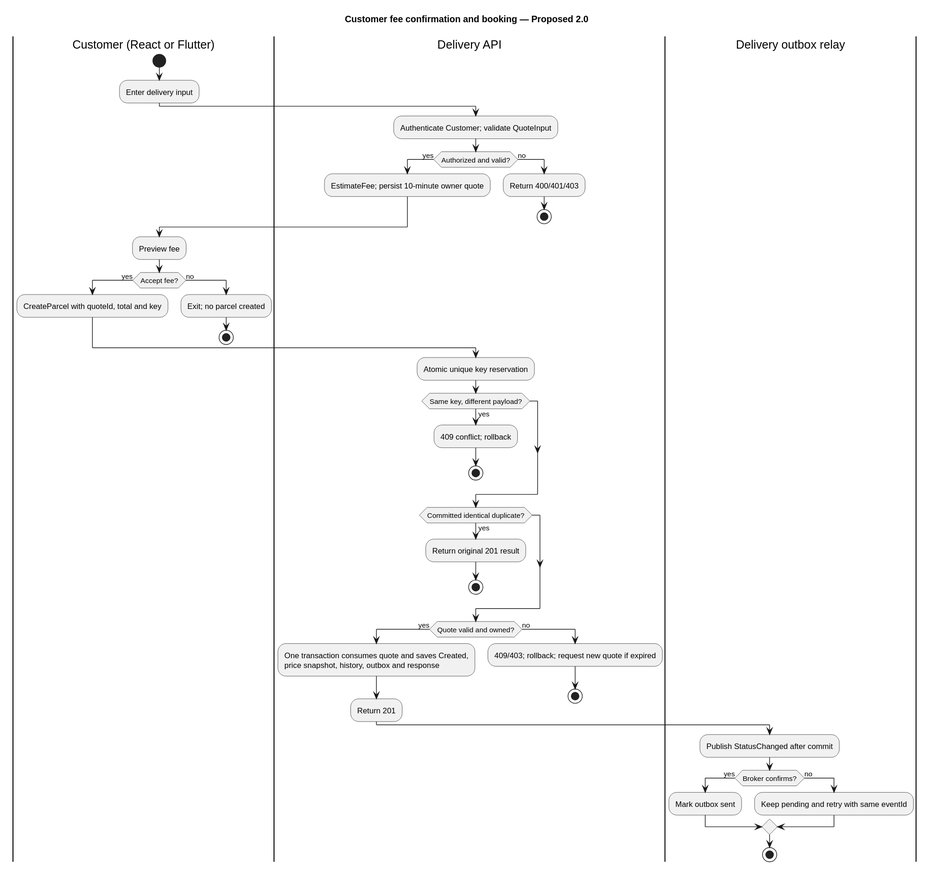
Before: design/diagrams/activity/customer-booking.svg, a diagram exported from PlantUML (SwiftDrop-Group09/swiftdrop-docs).
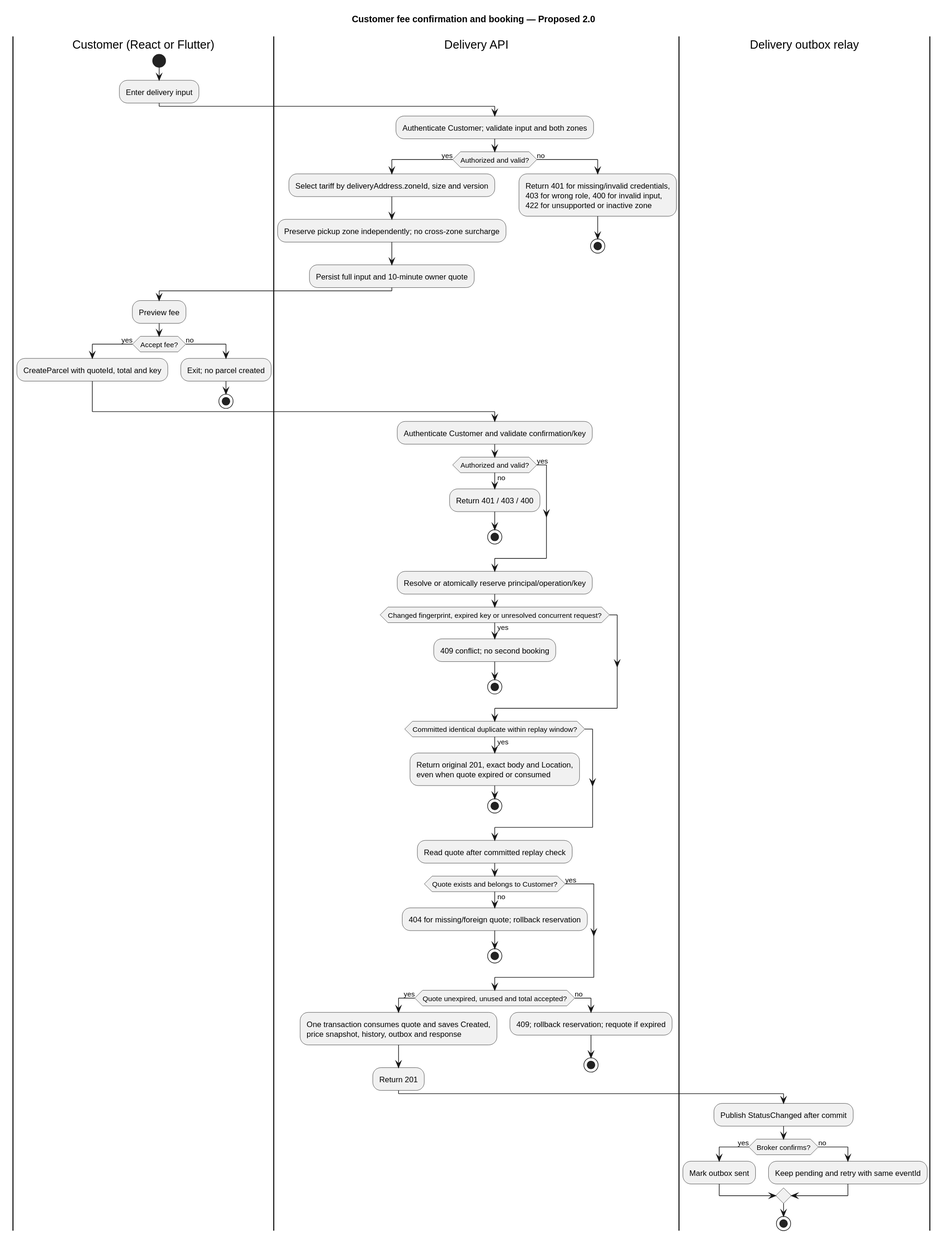
Later version of the same file.

The edit, as a diff of the source:
```diff
@@ -5,11 +5,15 @@
 start
 :Enter delivery input;
 |Delivery API|
-:Authenticate Customer; validate QuoteInput;
+:Authenticate Customer; validate input and both zones;
 if (Authorized and valid?) then (yes)
-  :EstimateFee; persist 10-minute owner quote;
+  :Select tariff by deliveryAddress.zoneId, size and version;
+  :Preserve pickup zone independently; no cross-zone surcharge;
+  :Persist full input and 10-minute owner quote;
 else (no)
-  :Return 400/401/403;
+  :Return 401 for missing/invalid credentials,
+  403 for wrong role, 400 for invalid input,
+  422 for unsupported or inactive zone;
   stop
 endif
 |Customer (React or Flutter)|
@@ -21,21 +25,34 @@
   stop
 endif
 |Delivery API|
-:Atomic unique key reservation;
-if (Same key, different payload?) then (yes)
-  :409 conflict; rollback;
+:Authenticate Customer and validate confirmation/key;
+if (Authorized and valid?) then (yes)
+else (no)
+  :Return 401 / 403 / 400;
   stop
 endif
-if (Committed identical duplicate?) then (yes)
-  :Return original 201 result;
+:Resolve or atomically reserve principal/operation/key;
+if (Changed fingerprint, expired key or unresolved concurrent request?) then (yes)
+  :409 conflict; no second booking;
   stop
 endif
-if (Quote valid and owned?) then (yes)
+if (Committed identical duplicate within replay window?) then (yes)
+  :Return original 201, exact body and Location,
+  even when quote expired or consumed;
+  stop
+endif
+:Read quote after committed replay check;
+if (Quote exists and belongs to Customer?) then (yes)
+else (no)
+  :404 for missing/foreign quote; rollback reservation;
+  stop
+endif
+if (Quote unexpired, unused and total accepted?) then (yes)
   :One transaction consumes quote and saves Created,
   price snapshot, history, outbox and response;
   :Return 201;
 else (no)
-  :409/403; rollback; request new quote if expired;
+  :409; rollback reservation; requote if expired;
   stop
 endif
 |Delivery outbox relay|
```
